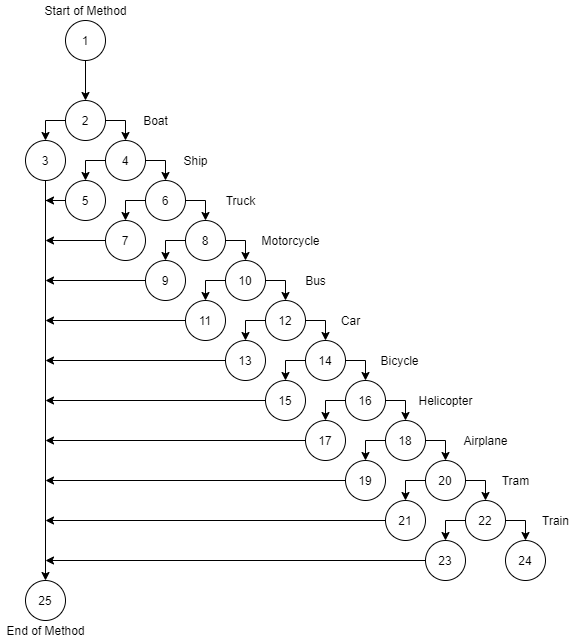
This is vehicleControl.png from Kowalifwer/first_web, a draw.io export, as it was before one commit. Source tidied: cells renumbered, new cells last; positions are measured from the earlier drawing's top-left corner, leaving out a move shared by most shapes.
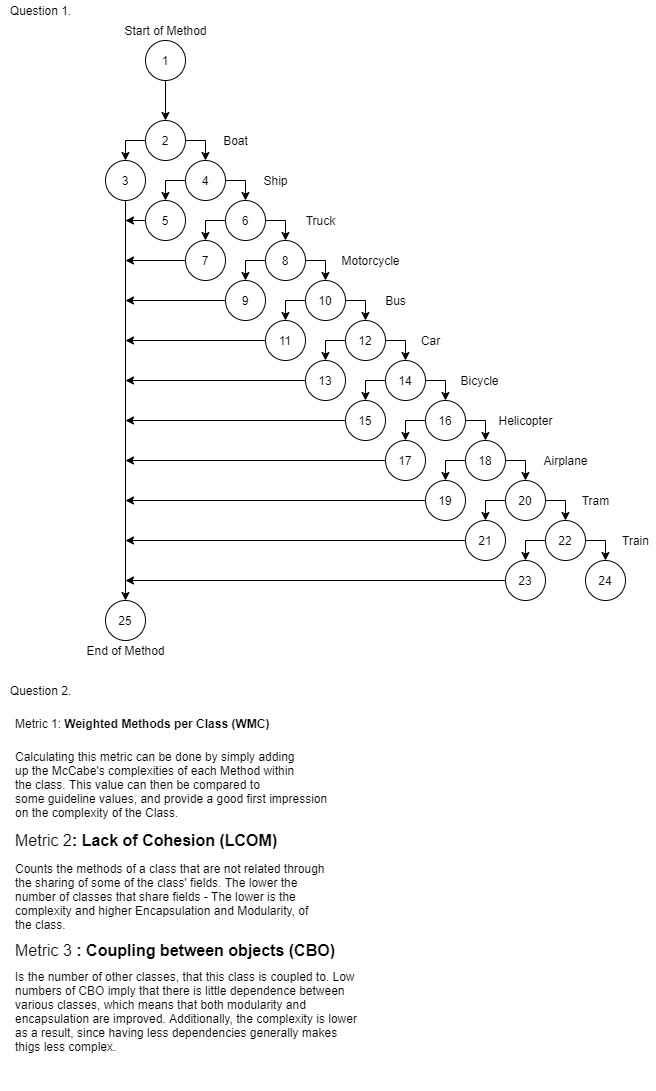
Later version of the same file.

What changed in the source:
```diff
@@ -284,5 +284,23 @@
     <mxCell id="73" value="Train" style="text;html=1;align=center;verticalAlign=middle;" parent="1" vertex="1">
       <mxGeometry x="535" y="510" width="40" height="20" as="geometry" />
     </mxCell>
+    <mxCell id="74" value="Question 1." style="text;html=1;align=center;verticalAlign=middle;" parent="1" vertex="1">
+      <mxGeometry x="-80" y="-20" width="80" height="20" as="geometry" />
+    </mxCell>
+    <mxCell id="75" value="Question 2." style="text;html=1;align=center;verticalAlign=middle;" parent="1" vertex="1">
+      <mxGeometry x="-80" y="660" width="80" height="20" as="geometry" />
+    </mxCell>
+    <mxCell id="76" value="&lt;span style=&quot;text-align: left&quot;&gt;&amp;nbsp;&lt;/span&gt;&lt;br&gt;&lt;span style=&quot;color: rgba(0 , 0 , 0 , 0) ; font-family: monospace ; font-size: 0px&quot;&gt;%3CmxGraphModel%3E%3Croot%3E%3CmxCell%20id%3D%220%22%2F%3E%3CmxCell%20id%3D%221%22%20parent%3D%220%22%2F%3E%3CmxCell%20id%3D%222%22%20value%3D%22%22%20style%3D%22ellipse%3BwhiteSpace%3Dwrap%3Bhtml%3D1%3B%22%20vertex%3D%221%22%20parent%3D%221%22%3E%3CmxGeometry%20x%3D%22360%22%20y%3D%22280%22%20width%3D%2240%22%20height%3D%2240%22%20as%3D%22geometry%22%2F%3E%3C%2FmxCell%3E%3C%2Froot%3E%3C%2FmxGraphModel%3E&lt;b&gt;Inin&lt;/b&gt;&lt;/span&gt;&lt;b&gt;&lt;br&gt;&lt;/b&gt;" style="text;html=1;align=center;verticalAlign=middle;" parent="1" vertex="1">
+      <mxGeometry x="155" y="715" width="20" height="40" as="geometry" />
+    </mxCell>
+    <mxCell id="77" value="&lt;h1&gt;&lt;span style=&quot;font-size: 12px ; font-weight: 400 ; text-align: center&quot;&gt;Metric 1:&amp;nbsp;&lt;/span&gt;&lt;b style=&quot;font-size: 12px ; text-align: center&quot;&gt;Weighted Methods per Class (WMC)&lt;br&gt;&lt;/b&gt;&lt;/h1&gt;&lt;h1&gt;&lt;div style=&quot;font-size: 12px ; font-weight: 400&quot;&gt;Calculating this metric can be done by simply adding&lt;/div&gt;&lt;div style=&quot;font-size: 12px ; font-weight: 400&quot;&gt;up the McCabe's complexities of each Method within&lt;/div&gt;&lt;div style=&quot;font-size: 12px ; font-weight: 400&quot;&gt;the class. This value can then be compared to&amp;nbsp;&lt;/div&gt;&lt;div style=&quot;font-size: 12px ; font-weight: 400&quot;&gt;some guideline values, and provide a good first impression on the complexity of the Class.&lt;/div&gt;&lt;/h1&gt;" style="text;html=1;strokeColor=none;fillColor=none;spacing=5;spacingTop=-20;whiteSpace=wrap;overflow=hidden;rounded=0;" parent="1" vertex="1">
+      <mxGeometry x="-70" y="680" width="325" height="120" as="geometry" />
+    </mxCell>
+    <mxCell id="78" value="&lt;h1 style=&quot;font-size: 16px&quot;&gt;&lt;span style=&quot;font-weight: normal&quot;&gt;Metric 2&lt;/span&gt;: Lack of Cohesion (LCOM)&lt;/h1&gt;&lt;p&gt;Counts the methods of a class that are not related through the sharing of some of the class' fields. The lower the number of classes that share fields - The lower is the complexity and higher Encapsulation and Modularity, of the class.&lt;/p&gt;" style="text;html=1;strokeColor=none;fillColor=none;spacing=5;spacingTop=-20;whiteSpace=wrap;overflow=hidden;rounded=0;" parent="1" vertex="1">
+      <mxGeometry x="-70" y="810" width="320" height="120" as="geometry" />
+    </mxCell>
+    <mxCell id="79" value="&lt;h1 style=&quot;font-size: 16px&quot;&gt;&lt;span&gt;&lt;span style=&quot;font-weight: normal&quot;&gt;Metric 3&amp;nbsp;&lt;/span&gt;: &lt;/span&gt;&lt;font style=&quot;font-size: 16px&quot;&gt;Coupling between objects (CBO)&lt;/font&gt;&lt;/h1&gt;&lt;div&gt;&lt;span&gt;Is the number of other classes, that this class is coupled to. Low numbers of CBO imply that there is little dependence&amp;nbsp;between various classes, which means that both modularity and encapsulation are improved. Additionally, the complexity is lower as a result, since having less dependencies&amp;nbsp;generally makes thigs less complex.&lt;/span&gt;&lt;/div&gt;" style="text;html=1;strokeColor=none;fillColor=none;spacing=5;spacingTop=-20;whiteSpace=wrap;overflow=hidden;rounded=0;" parent="1" vertex="1">
+      <mxGeometry x="-70" y="920" width="350" height="150" as="geometry" />
+    </mxCell>
   </root>
 </mxGraphModel>
```
